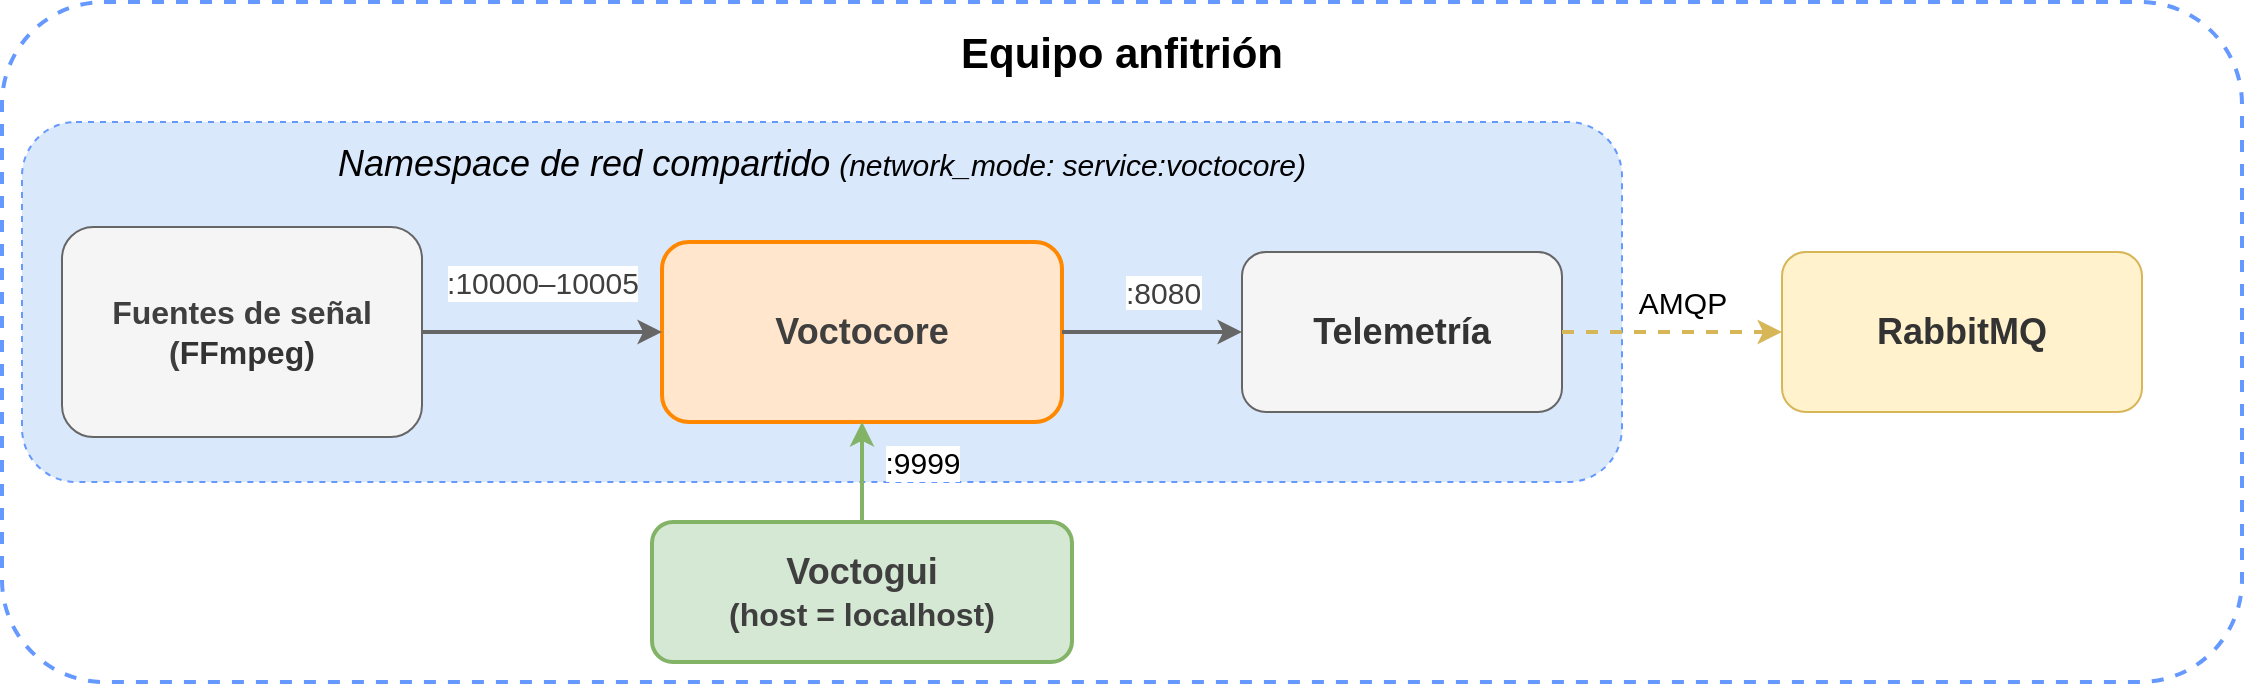
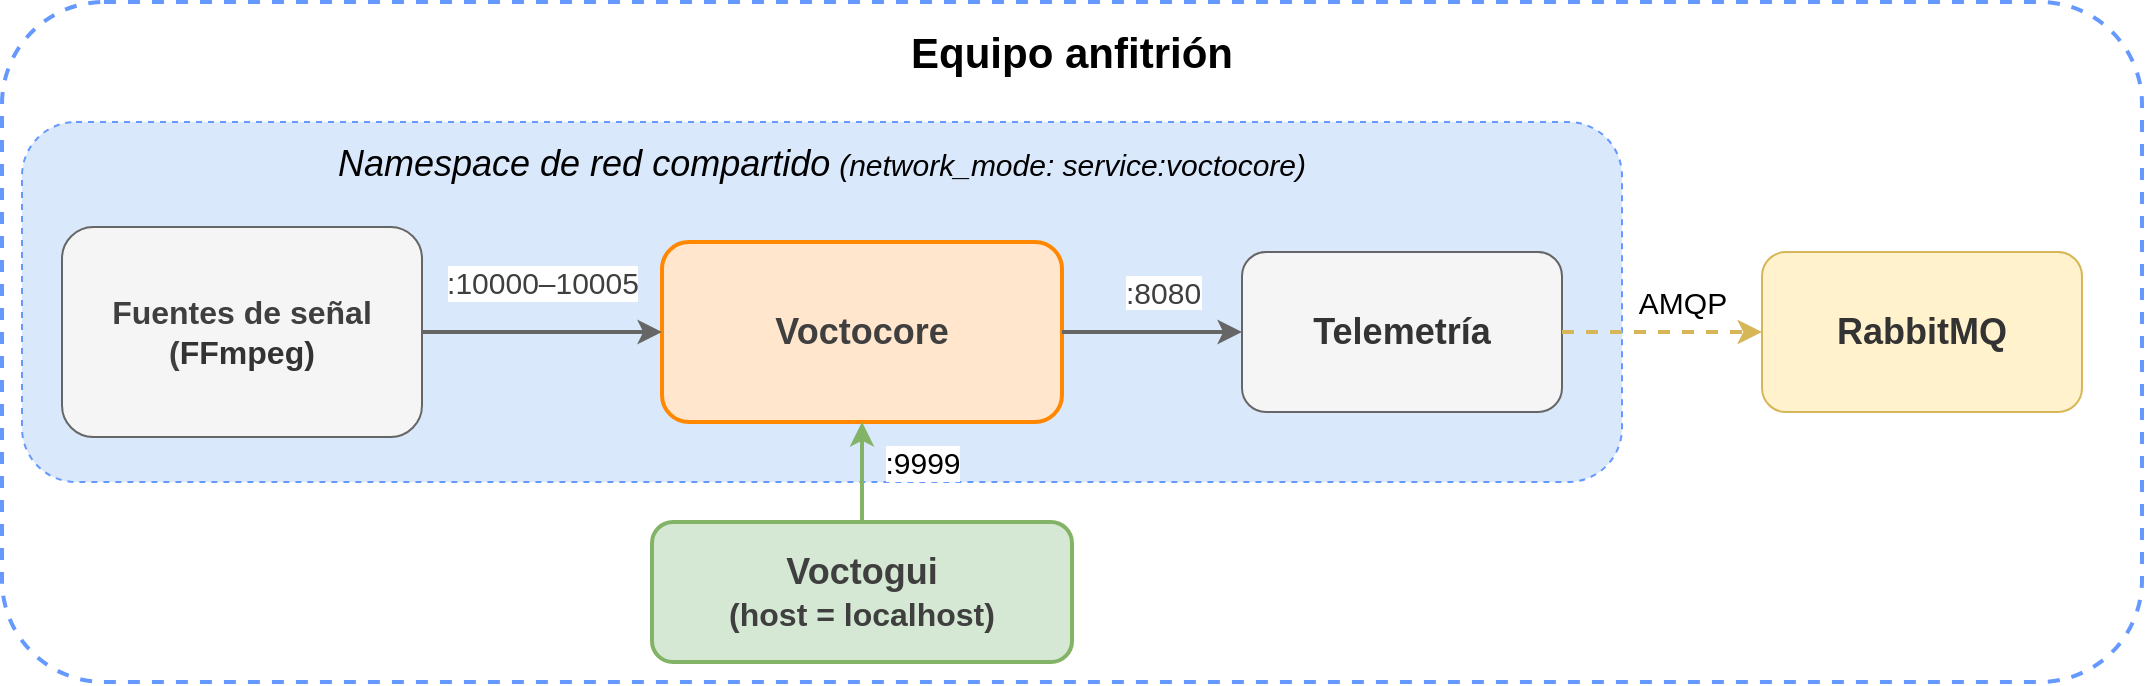
<mxfile host="65bd71144e">
    <diagram id="escenario_docker" name="Escenario Docker">
        <mxGraphModel dx="766" dy="410" grid="1" gridSize="10" guides="1" tooltips="1" connect="1" arrows="1" fold="1" page="1" pageScale="1" pageWidth="1200" pageHeight="380" math="0" shadow="0">
            <root>
                <mxCell id="0"/>
                <mxCell id="1" parent="0"/>
                <mxCell id="host" value="&lt;font style=&quot;font-size: 21px;&quot;&gt;Equipo anfitrión&lt;/font&gt;" style="rounded=1;whiteSpace=wrap;html=1;fillColor=none;strokeColor=#6699FF;strokeWidth=2;dashed=1;fontSize=13;fontStyle=1;verticalAlign=top;spacingTop=6;align=center;" parent="1" vertex="1">
-                     <mxGeometry x="20" y="20" width="1120" height="340" as="geometry"/>
+                     <mxGeometry x="20" y="20" width="1070" height="340" as="geometry"/>
                </mxCell>
                <mxCell id="ns" value="&lt;font style=&quot;font-size: 18px;&quot;&gt;Namespace de red compartido&lt;/font&gt;&lt;font style=&quot;font-size: 16px;&quot;&gt; &lt;/font&gt;&lt;font style=&quot;font-size: 15px;&quot;&gt;(network_mode: service:voctocore)&lt;/font&gt;" style="rounded=1;whiteSpace=wrap;html=1;fillColor=#dae8fc;strokeColor=#6699FF;strokeWidth=1;dashed=1;fontSize=11;fontStyle=2;verticalAlign=top;spacingTop=4;align=center;" parent="1" vertex="1">
                    <mxGeometry x="30" y="80" width="800" height="180" as="geometry"/>
                </mxCell>
                <mxCell id="voctocore" value="&lt;div style=&quot;color: rgb(63, 63, 63); scrollbar-color: rgb(226, 226, 226) rgb(251, 251, 251);&quot;&gt;&lt;font style=&quot;color: rgb(63, 63, 63); scrollbar-color: rgb(226, 226, 226) rgb(251, 251, 251); font-size: 18px;&quot;&gt;Voctocore&lt;/font&gt;&lt;/div&gt;" style="rounded=1;whiteSpace=wrap;html=1;fillColor=#FFE6CC;strokeColor=#FF8800;fontColor=#333333;fontSize=12;fontStyle=1;strokeWidth=2;" parent="1" vertex="1">
                    <mxGeometry x="350" y="140" width="200" height="90" as="geometry"/>
                </mxCell>
                <mxCell id="sources" value="&lt;font style=&quot;color: rgb(63, 63, 63); scrollbar-color: rgb(226, 226, 226) rgb(251, 251, 251); font-size: 16px;&quot;&gt;Fuentes de señal&lt;/font&gt;&lt;div style=&quot;color: rgb(63, 63, 63); scrollbar-color: rgb(226, 226, 226) rgb(251, 251, 251);&quot;&gt;&lt;font style=&quot;color: rgb(63, 63, 63); scrollbar-color: rgb(226, 226, 226) rgb(251, 251, 251); font-size: 16px;&quot;&gt;(&lt;span style=&quot;scrollbar-color: rgb(226, 226, 226) rgb(251, 251, 251); background-color: transparent; color: rgb(51, 51, 51);&quot;&gt;FFmpeg)&lt;/span&gt;&lt;/font&gt;&lt;/div&gt;" style="rounded=1;whiteSpace=wrap;html=1;fillColor=#f5f5f5;strokeColor=#666666;fontColor=#333333;fontSize=12;fontStyle=1;" parent="1" vertex="1">
                    <mxGeometry x="50" y="132.5" width="180" height="105" as="geometry"/>
                </mxCell>
                <mxCell id="telemetry" value="&lt;font style=&quot;font-size: 18px;&quot;&gt;Telemetría&lt;/font&gt;" style="rounded=1;whiteSpace=wrap;html=1;fillColor=#f5f5f5;strokeColor=#666666;fontColor=#333333;fontSize=12;fontStyle=1;" parent="1" vertex="1">
                    <mxGeometry x="640" y="145" width="160" height="80" as="geometry"/>
                </mxCell>
                <mxCell id="rabbitmq" value="&lt;font style=&quot;font-size: 18px;&quot;&gt;RabbitMQ&lt;/font&gt;" style="rounded=1;whiteSpace=wrap;html=1;fillColor=#fff2cc;strokeColor=#d6b656;fontColor=#333333;fontSize=12;fontStyle=1;" parent="1" vertex="1">
-                     <mxGeometry x="910" y="145" width="180" height="80" as="geometry"/>
+                     <mxGeometry x="900" y="145" width="160" height="80" as="geometry"/>
                </mxCell>
                <mxCell id="voctogui" value="&lt;div style=&quot;color: rgb(63, 63, 63); scrollbar-color: rgb(226, 226, 226) rgb(251, 251, 251);&quot;&gt;&lt;font style=&quot;color: rgb(63, 63, 63); scrollbar-color: rgb(226, 226, 226) rgb(251, 251, 251); font-size: 18px;&quot;&gt;Voctogui&lt;/font&gt;&lt;/div&gt;&lt;font style=&quot;color: rgb(63, 63, 63); scrollbar-color: rgb(226, 226, 226) rgb(251, 251, 251);&quot;&gt;&lt;font style=&quot;color: rgb(63, 63, 63); scrollbar-color: rgb(226, 226, 226) rgb(251, 251, 251); font-size: 16px;&quot;&gt;(host = localhost)&lt;/font&gt;&lt;/font&gt;" style="rounded=1;whiteSpace=wrap;html=1;fillColor=#d5e8d4;strokeColor=#82b366;fontColor=#333333;fontSize=12;fontStyle=1;strokeWidth=2;" parent="1" vertex="1">
                    <mxGeometry x="345" y="280" width="210" height="70" as="geometry"/>
                </mxCell>
                <mxCell id="a1" value="&lt;span style=&quot;color: rgb(63, 63, 63); font-size: 15px;&quot;&gt;:10000–10005&lt;/span&gt;" style="edgeStyle=orthogonalEdgeStyle;html=1;fontSize=10;strokeWidth=2;strokeColor=#666666;exitX=1;exitY=0.5;exitDx=0;exitDy=0;entryX=0;entryY=0.5;entryDx=0;entryDy=0;" parent="1" source="sources" target="voctocore" edge="1">
                    <mxGeometry y="25" relative="1" as="geometry">
                        <mxPoint as="offset"/>
                    </mxGeometry>
                </mxCell>
                <mxCell id="a2" value="" style="edgeStyle=orthogonalEdgeStyle;html=1;fontSize=10;strokeWidth=2;strokeColor=#666666;exitX=1;exitY=0.5;exitDx=0;exitDy=0;entryX=0;entryY=0.5;entryDx=0;entryDy=0;" parent="1" source="voctocore" target="telemetry" edge="1">
                    <mxGeometry relative="1" as="geometry"/>
                </mxCell>
                <mxCell id="a3" value="&lt;font style=&quot;font-size: 15px;&quot;&gt;AMQP&lt;/font&gt;" style="edgeStyle=orthogonalEdgeStyle;html=1;fontSize=10;strokeWidth=2;strokeColor=#d6b656;dashed=1;exitX=1;exitY=0.5;exitDx=0;exitDy=0;entryX=0;entryY=0.5;entryDx=0;entryDy=0;" parent="1" source="telemetry" target="rabbitmq" edge="1">
-                     <mxGeometry x="0.0909" y="15" relative="1" as="geometry">
+                     <mxGeometry x="0.2" y="15" relative="1" as="geometry">
                        <mxPoint as="offset"/>
                    </mxGeometry>
                </mxCell>
                <mxCell id="a4" value="&lt;font style=&quot;font-size: 15px;&quot;&gt;:9999&lt;/font&gt;" style="edgeStyle=orthogonalEdgeStyle;html=1;fontSize=10;strokeWidth=2;strokeColor=#82b366;exitX=0.5;exitY=0;exitDx=0;exitDy=0;entryX=0.5;entryY=1;entryDx=0;entryDy=0;" parent="1" source="voctogui" target="voctocore" edge="1">
                    <mxGeometry x="0.2" y="-30" relative="1" as="geometry">
                        <mxPoint as="offset"/>
                    </mxGeometry>
                </mxCell>
                <mxCell id="3" value="&lt;span style=&quot;color: rgb(63, 63, 63); font-family: Helvetica; font-size: 15px; font-style: normal; font-variant-ligatures: normal; font-variant-caps: normal; font-weight: 400; letter-spacing: normal; orphans: 2; text-align: center; text-indent: 0px; text-transform: none; widows: 2; word-spacing: 0px; -webkit-text-stroke-width: 0px; white-space: nowrap; background-color: rgb(255, 255, 255); text-decoration-thickness: initial; text-decoration-style: initial; text-decoration-color: initial; float: none; display: inline !important;&quot;&gt;:8080&lt;/span&gt;" style="text;whiteSpace=wrap;html=1;" vertex="1" parent="1">
                    <mxGeometry x="580" y="150" width="130" height="40" as="geometry"/>
                </mxCell>
            </root>
        </mxGraphModel>
    </diagram>
</mxfile>